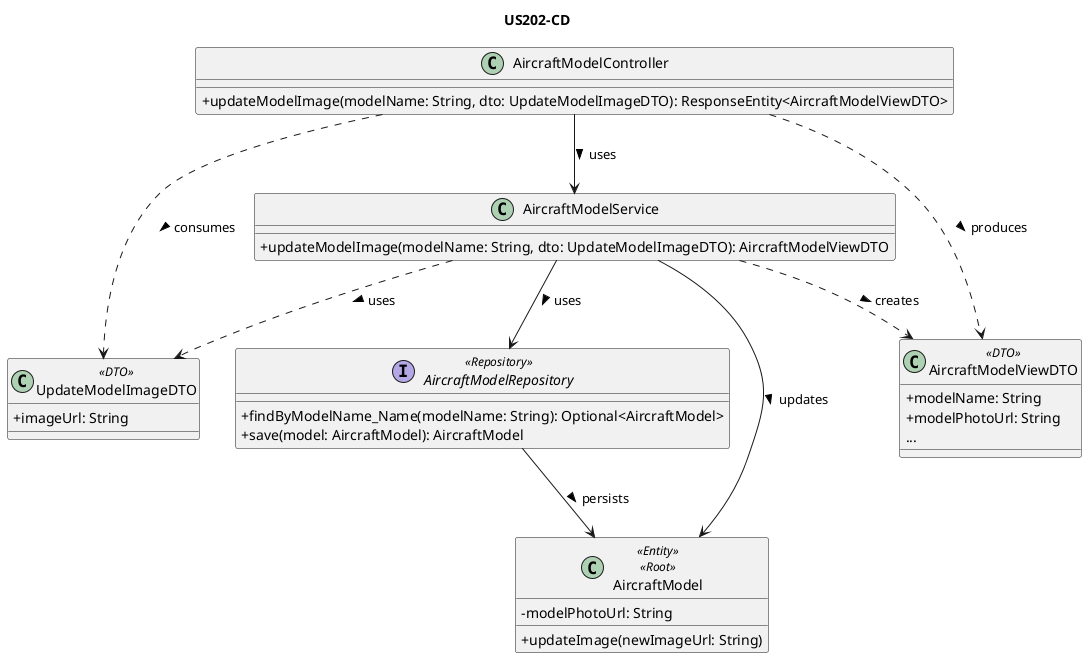
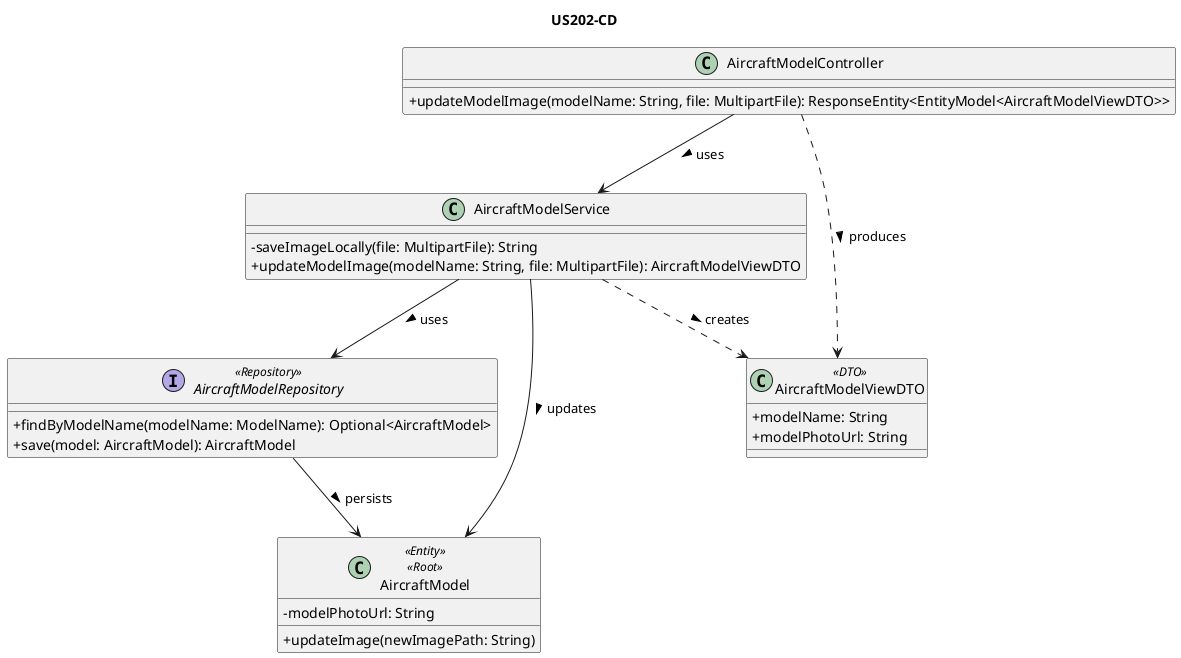
@startuml
title US202-CD

skinparam classAttributeIconSize 0

class AircraftModelController {
-     + updateModelImage(modelName: String, dto: UpdateModelImageDTO): ResponseEntity<AircraftModelViewDTO>
+     + updateModelImage(modelName: String, file: MultipartFile): ResponseEntity<EntityModel<AircraftModelViewDTO>>
}

class AircraftModelService {
-     + updateModelImage(modelName: String, dto: UpdateModelImageDTO): AircraftModelViewDTO
+     - saveImageLocally(file: MultipartFile): String
+     + updateModelImage(modelName: String, file: MultipartFile): AircraftModelViewDTO
}

interface AircraftModelRepository <<Repository>> {
-     + findByModelName_Name(modelName: String): Optional<AircraftModel>
+     + findByModelName(modelName: ModelName): Optional<AircraftModel>
    + save(model: AircraftModel): AircraftModel
}

class AircraftModel <<Entity>> <<Root>> {
    - modelPhotoUrl: String
-     + updateImage(newImageUrl: String)
- }
- 
- class UpdateModelImageDTO <<DTO>> {
-     + imageUrl: String
+     + updateImage(newImagePath: String)
}

class AircraftModelViewDTO <<DTO>> {
    + modelName: String
    + modelPhotoUrl: String
-     ...
}

- AircraftModelController ..> UpdateModelImageDTO : consumes >
AircraftModelController ..> AircraftModelViewDTO : produces >
AircraftModelController --> AircraftModelService : uses >

- AircraftModelService ..> UpdateModelImageDTO : uses >
AircraftModelService ..> AircraftModelViewDTO : creates >
AircraftModelService --> AircraftModelRepository : uses >
AircraftModelService --> AircraftModel : updates >

AircraftModelRepository --> AircraftModel : persists >
@enduml